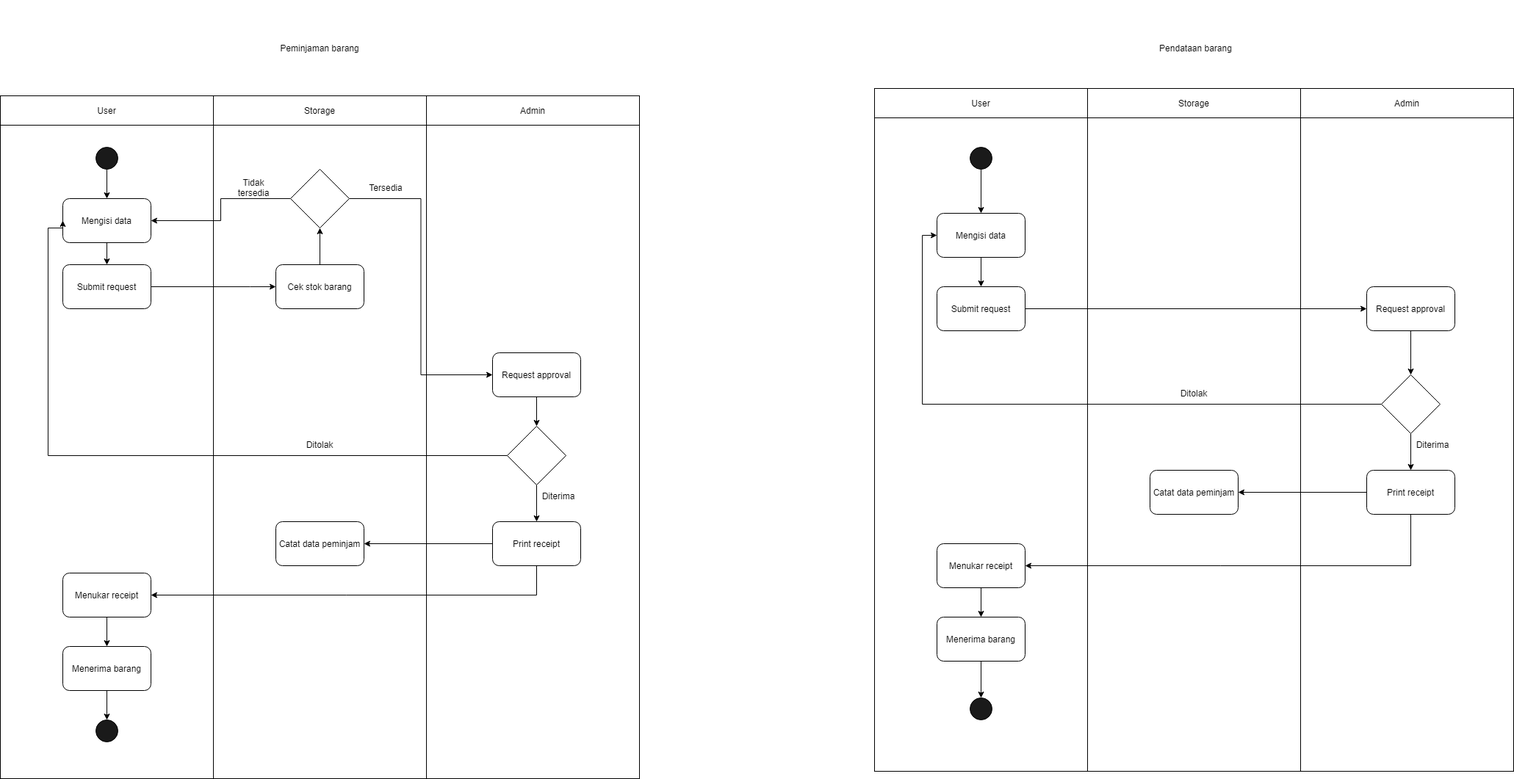
Above: diagrams/Activity Diagram.drawio.png in johannfac/aplikasipeminjamanaset (draw.io), before the change. Source tidied: cells renumbered, new cells last; positions are measured from the earlier drawing's top-left corner, leaving out a move shared by most shapes.
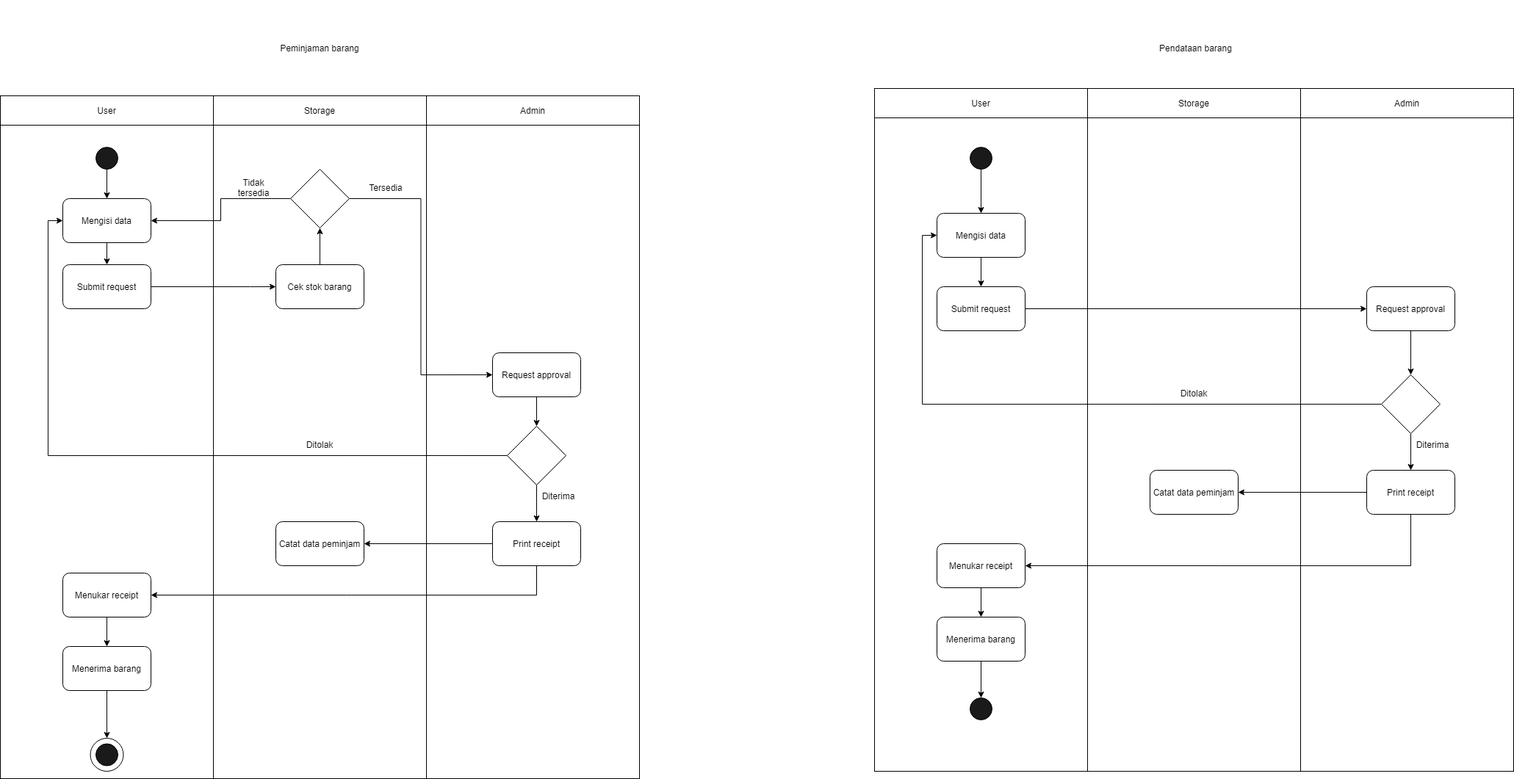
Later version of the same file.

Change to the diagram source:
```diff
@@ -55,18 +55,12 @@
     <mxCell id="17" value="Request approval" style="rounded=1;whiteSpace=wrap;html=1;fillColor=#FFFFFF;" parent="1" vertex="1">
       <mxGeometry x="670" y="480" width="120" height="60" as="geometry" />
     </mxCell>
+    <mxCell id="19" style="edgeStyle=orthogonalEdgeStyle;rounded=0;jettySize=auto;html=1;exitX=0.5;exitY=1;exitDx=0;exitDy=0;" parent="1" edge="1" source="20" target="23">
+      <mxGeometry relative="1" as="geometry" />
+    </mxCell>
     <mxCell id="18" style="edgeStyle=orthogonalEdgeStyle;rounded=0;jettySize=auto;html=1;exitX=0;exitY=0.5;exitDx=0;exitDy=0;entryX=0;entryY=0.5;entryDx=0;entryDy=0;" parent="1" edge="1" source="20" target="7">
-      <mxGeometry relative="1" as="geometry">
-        <Array as="points">
-          <mxPoint x="65" y="620" />
-          <mxPoint x="65" y="310" />
-          <mxPoint x="85" y="310" />
-        </Array>
-      </mxGeometry>
+      <mxGeometry relative="1" as="geometry" />
     </mxCell>
-    <mxCell id="19" style="edgeStyle=orthogonalEdgeStyle;rounded=0;jettySize=auto;html=1;exitX=0.5;exitY=1;exitDx=0;exitDy=0;" parent="1" edge="1" source="20" target="23">
-      <mxGeometry relative="1" as="geometry" />
-    </mxCell>
     <mxCell id="20" style="rhombus;whiteSpace=wrap;html=1;" parent="1" vertex="1">
       <mxGeometry x="690" y="580" width="80" height="80" as="geometry" />
     </mxCell>
@@ -94,15 +88,12 @@
     <mxCell id="28" value="Catat data peminjam" style="rounded=1;whiteSpace=wrap;html=1;fillColor=#FFFFFF;" parent="1" vertex="1">
       <mxGeometry x="375" y="710" width="120" height="60" as="geometry" />
     </mxCell>
-    <mxCell id="29" style="edgeStyle=orthogonalEdgeStyle;rounded=0;jettySize=auto;html=1;exitX=0.5;exitY=1;exitDx=0;exitDy=0;entryX=0.5;entryY=0;entryDx=0;entryDy=0;" parent="1" edge="1" source="30" target="31">
-      <mxGeometry relative="1" as="geometry" />
-    </mxCell>
+    <mxCell id="67" style="edgeStyle=orthogonalEdgeStyle;rounded=0;jettySize=auto;html=1;exitX=0.5;exitY=1;exitDx=0;exitDy=0;entryX=0.5;entryY=0;entryDx=0;entryDy=0;" parent="1" edge="1" source="30" target="68">
+      <mxGeometry relative="1" as="geometry" />
+    </mxCell>
     <mxCell id="30" value="Menerima barang" style="rounded=1;whiteSpace=wrap;html=1;fillColor=#FFFFFF;" parent="1" vertex="1">
       <mxGeometry x="85" y="880" width="120" height="60" as="geometry" />
     </mxCell>
-    <mxCell id="31" style="ellipse;whiteSpace=wrap;html=1;fillColor=#1A1A1A;" parent="1" vertex="1">
-      <mxGeometry x="130" y="980" width="30" height="30" as="geometry" />
-    </mxCell>
     <mxCell id="32" style="rounded=0;whiteSpace=wrap;html=1;fillColor=#FFFFFF;" parent="1" vertex="1">
       <mxGeometry x="1480" y="160" width="290" height="890" as="geometry" />
     </mxCell>
@@ -208,5 +199,11 @@
     <mxCell id="66" value="Tersedia" style="text;html=1;strokeColor=none;fillColor=none;align=center;verticalAlign=middle;whiteSpace=wrap;rounded=0;" parent="1" vertex="1">
       <mxGeometry x="495" y="240" width="60" height="30" as="geometry" />
     </mxCell>
+    <mxCell id="68" style="ellipse;whiteSpace=wrap;html=1;" parent="1" vertex="1">
+      <mxGeometry x="122.5" y="1005" width="45" height="45" as="geometry" />
+    </mxCell>
+    <mxCell id="31" style="ellipse;whiteSpace=wrap;html=1;fillColor=#1A1A1A;" parent="1" vertex="1">
+      <mxGeometry x="130" y="1012.5" width="30" height="30" as="geometry" />
+    </mxCell>
   </root>
 </mxGraphModel>
```
